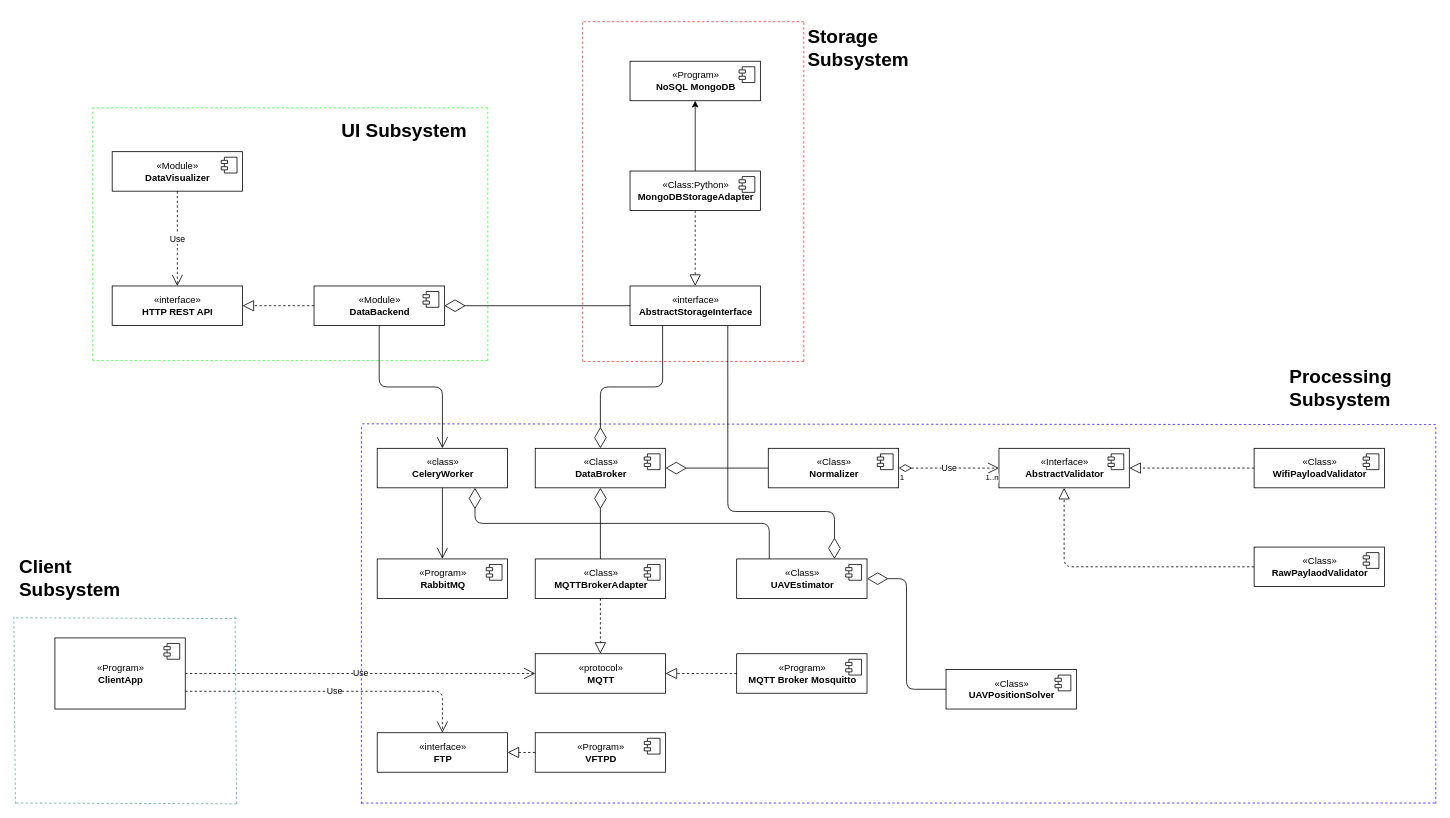
Earlier version of the draw.io diagram page "overview" (1 of 4) of docs/schemes/classes/ClassDiagram.drawio (Kirkirillka/GPS_Tracker). Source tidied: cells renumbered, new cells numbered last; positions are measured from the earlier drawing's top-left corner, leaving out a move shared by most shapes. Both pictures are drawn from the tidied source at 79%, with x=0, y=0 at pixel (13, 21).
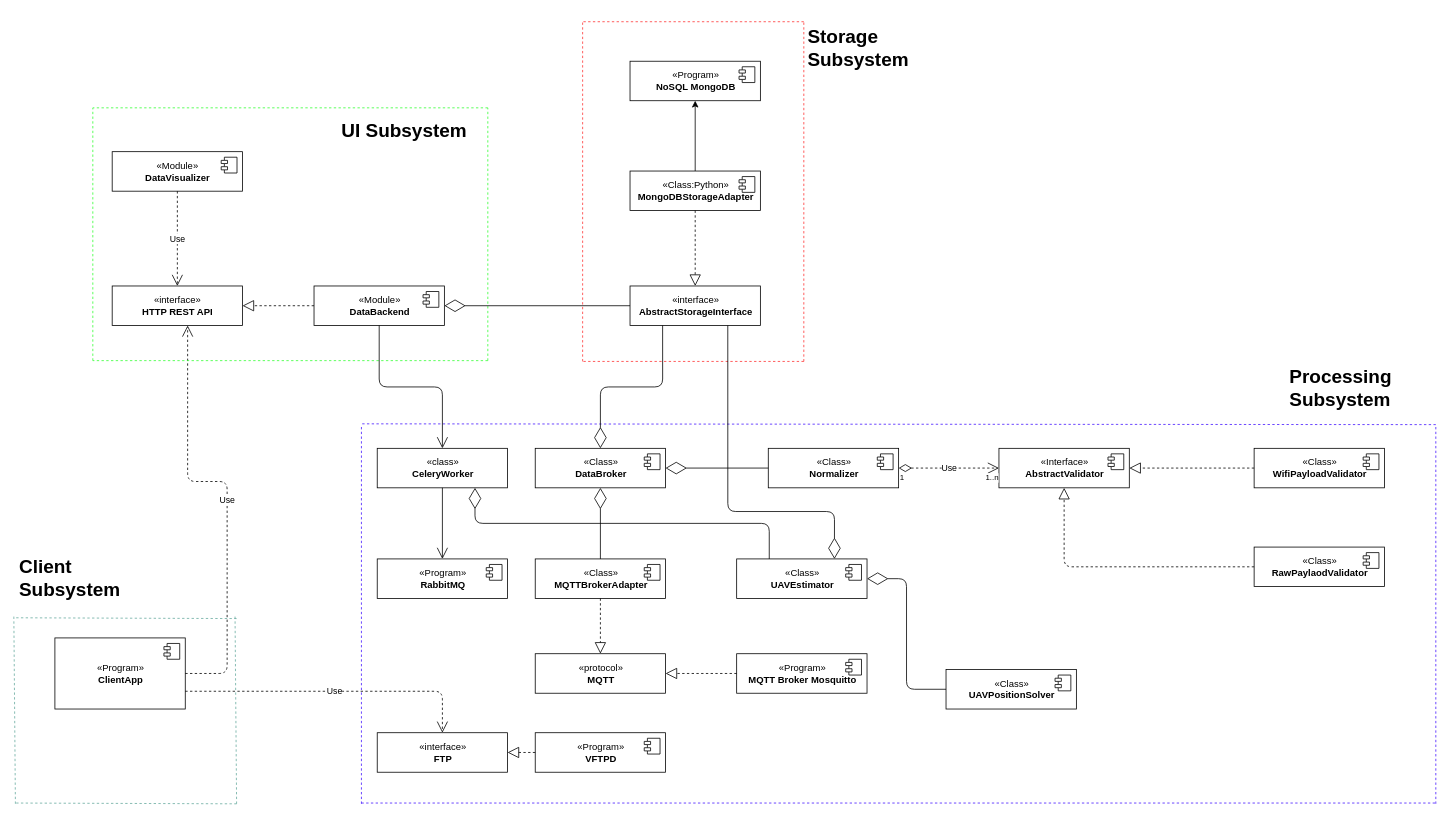
After the change.

The change refers to these unchanged cells:
```xml
<mxCell id="7" value="«protocol»&lt;br&gt;&lt;b&gt;MQTT&lt;/b&gt;" style="html=1;" parent="1" vertex="1">
  <mxGeometry x="660" y="800" width="165" height="50" as="geometry" />
</mxCell>
<mxCell id="15" value="«Program»&lt;br&gt;&lt;b&gt;ClientApp&lt;/b&gt;" style="html=1;" parent="1" vertex="1">
  <mxGeometry x="52" y="780" width="165" height="90" as="geometry" />
</mxCell>
<mxCell id="20" value="«interface»&lt;br&gt;&lt;b&gt;HTTP REST API&lt;/b&gt;" style="html=1;" parent="1" vertex="1">
  <mxGeometry x="124.5" y="334.5" width="165" height="50" as="geometry" />
</mxCell>
```

What changed in the source:
```diff
@@
-    <mxCell id="17" value="Use" style="endArrow=open;endSize=12;dashed=1;html=1;edgeStyle=orthogonalEdgeStyle;" parent="1" edge="1" source="15" target="7">
-      <mxGeometry relative="1" as="geometry" />
+    <mxCell id="17" value="Use" style="endArrow=open;endSize=12;dashed=1;html=1;edgeStyle=orthogonalEdgeStyle;" parent="1" edge="1" source="15" target="20">
+      <mxGeometry relative="1" as="geometry">
+        <Array as="points">
+          <mxPoint x="270" y="825" />
+          <mxPoint x="270" y="582" />
+          <mxPoint x="220" y="582" />
+        </Array>
+      </mxGeometry>
     </mxCell>
```
